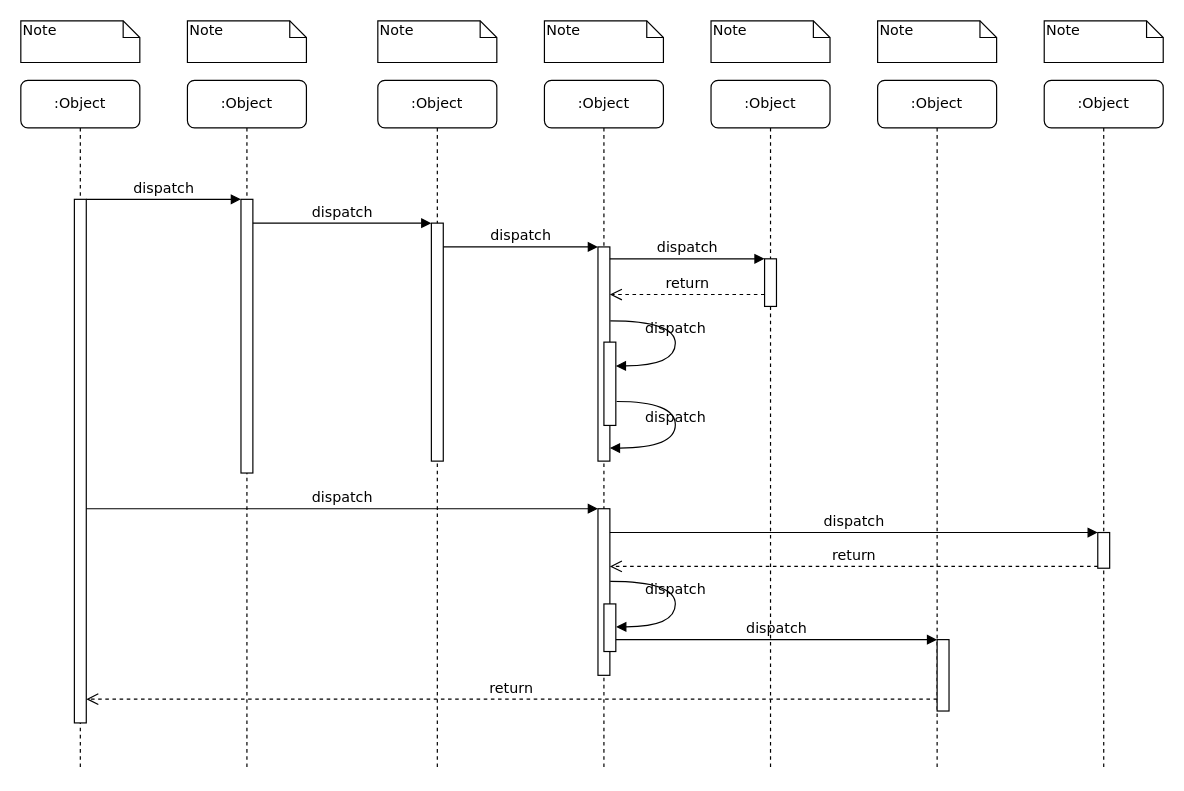
Above: images/seq1.drawio in bobt2018/drow (draw.io), before the change. Source tidied: cells renumbered, new cells numbered last; positions are measured from the earlier drawing's top-left corner, leaving out a move shared by most shapes. Both pictures are drawn from the tidied source at 119%, with x=0, y=0 at pixel (20, 20).
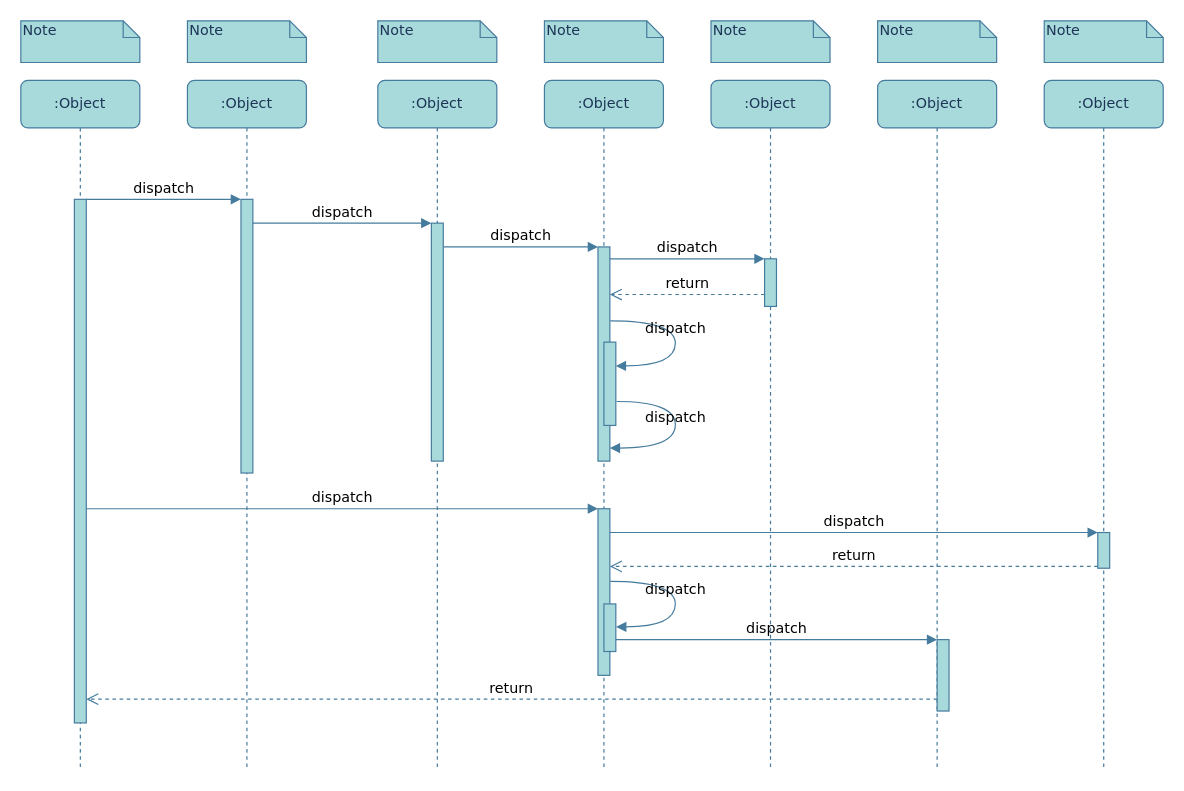
After the change.

Change to the diagram source:
```diff
@@
-    <mxCell id="2" value=":Object" style="shape=umlLifeline;perimeter=lifelinePerimeter;whiteSpace=wrap;html=1;rounded=1;shadow=0;comic=0;labelBackgroundColor=none;strokeWidth=1;fontFamily=Verdana;fontSize=12;align=center;" parent="1" vertex="1">
+    <mxCell id="2" value=":Object" style="shape=umlLifeline;perimeter=lifelinePerimeter;whiteSpace=wrap;html=1;rounded=1;shadow=0;comic=0;labelBackgroundColor=none;strokeWidth=1;fontFamily=Verdana;fontSize=12;align=center;fillColor=#A8DADC;strokeColor=#457B9D;fontColor=#1D3557;" parent="1" vertex="1">
       <mxGeometry x="140" y="50" width="100" height="580" as="geometry" />
     </mxCell>
-    <mxCell id="3" style="html=1;points=[];perimeter=orthogonalPerimeter;rounded=0;shadow=0;comic=0;labelBackgroundColor=none;strokeWidth=1;fontFamily=Verdana;fontSize=12;align=center;" parent="2" vertex="1">
+    <mxCell id="3" style="html=1;points=[];perimeter=orthogonalPerimeter;rounded=0;shadow=0;comic=0;labelBackgroundColor=none;strokeWidth=1;fontFamily=Verdana;fontSize=12;align=center;fillColor=#A8DADC;strokeColor=#457B9D;fontColor=#1D3557;" parent="2" vertex="1">
       <mxGeometry x="45" y="100" width="10" height="230" as="geometry" />
     </mxCell>
-    <mxCell id="4" value=":Object" style="shape=umlLifeline;perimeter=lifelinePerimeter;whiteSpace=wrap;html=1;rounded=1;shadow=0;comic=0;labelBackgroundColor=none;strokeWidth=1;fontFamily=Verdana;fontSize=12;align=center;" parent="1" vertex="1">
+    <mxCell id="4" value=":Object" style="shape=umlLifeline;perimeter=lifelinePerimeter;whiteSpace=wrap;html=1;rounded=1;shadow=0;comic=0;labelBackgroundColor=none;strokeWidth=1;fontFamily=Verdana;fontSize=12;align=center;fillColor=#A8DADC;strokeColor=#457B9D;fontColor=#1D3557;" parent="1" vertex="1">
       <mxGeometry x="300" y="50" width="100" height="580" as="geometry" />
     </mxCell>
-    <mxCell id="5" style="html=1;points=[];perimeter=orthogonalPerimeter;rounded=0;shadow=0;comic=0;labelBackgroundColor=none;strokeWidth=1;fontFamily=Verdana;fontSize=12;align=center;" parent="4" vertex="1">
+    <mxCell id="5" style="html=1;points=[];perimeter=orthogonalPerimeter;rounded=0;shadow=0;comic=0;labelBackgroundColor=none;strokeWidth=1;fontFamily=Verdana;fontSize=12;align=center;fillColor=#A8DADC;strokeColor=#457B9D;fontColor=#1D3557;" parent="4" vertex="1">
       <mxGeometry x="45" y="120" width="10" height="200" as="geometry" />
     </mxCell>
-    <mxCell id="6" value=":Object" style="shape=umlLifeline;perimeter=lifelinePerimeter;whiteSpace=wrap;html=1;rounded=1;shadow=0;comic=0;labelBackgroundColor=none;strokeWidth=1;fontFamily=Verdana;fontSize=12;align=center;" parent="1" vertex="1">
+    <mxCell id="6" value=":Object" style="shape=umlLifeline;perimeter=lifelinePerimeter;whiteSpace=wrap;html=1;rounded=1;shadow=0;comic=0;labelBackgroundColor=none;strokeWidth=1;fontFamily=Verdana;fontSize=12;align=center;fillColor=#A8DADC;strokeColor=#457B9D;fontColor=#1D3557;" parent="1" vertex="1">
       <mxGeometry x="440" y="50" width="100" height="580" as="geometry" />
     </mxCell>
-    <mxCell id="7" value=":Object" style="shape=umlLifeline;perimeter=lifelinePerimeter;whiteSpace=wrap;html=1;rounded=1;shadow=0;comic=0;labelBackgroundColor=none;strokeWidth=1;fontFamily=Verdana;fontSize=12;align=center;" parent="1" vertex="1">
+    <mxCell id="7" value=":Object" style="shape=umlLifeline;perimeter=lifelinePerimeter;whiteSpace=wrap;html=1;rounded=1;shadow=0;comic=0;labelBackgroundColor=none;strokeWidth=1;fontFamily=Verdana;fontSize=12;align=center;fillColor=#A8DADC;strokeColor=#457B9D;fontColor=#1D3557;" parent="1" vertex="1">
       <mxGeometry x="580" y="50" width="100" height="580" as="geometry" />
     </mxCell>
-    <mxCell id="8" value=":Object" style="shape=umlLifeline;perimeter=lifelinePerimeter;whiteSpace=wrap;html=1;rounded=1;shadow=0;comic=0;labelBackgroundColor=none;strokeWidth=1;fontFamily=Verdana;fontSize=12;align=center;" parent="1" vertex="1">
+    <mxCell id="8" value=":Object" style="shape=umlLifeline;perimeter=lifelinePerimeter;whiteSpace=wrap;html=1;rounded=1;shadow=0;comic=0;labelBackgroundColor=none;strokeWidth=1;fontFamily=Verdana;fontSize=12;align=center;fillColor=#A8DADC;strokeColor=#457B9D;fontColor=#1D3557;" parent="1" vertex="1">
       <mxGeometry x="720" y="50" width="100" height="580" as="geometry" />
     </mxCell>
-    <mxCell id="9" value=":Object" style="shape=umlLifeline;perimeter=lifelinePerimeter;whiteSpace=wrap;html=1;rounded=1;shadow=0;comic=0;labelBackgroundColor=none;strokeWidth=1;fontFamily=Verdana;fontSize=12;align=center;" parent="1" vertex="1">
+    <mxCell id="9" value=":Object" style="shape=umlLifeline;perimeter=lifelinePerimeter;whiteSpace=wrap;html=1;rounded=1;shadow=0;comic=0;labelBackgroundColor=none;strokeWidth=1;fontFamily=Verdana;fontSize=12;align=center;fillColor=#A8DADC;strokeColor=#457B9D;fontColor=#1D3557;" parent="1" vertex="1">
       <mxGeometry x="860" y="50" width="100" height="580" as="geometry" />
     </mxCell>
-    <mxCell id="10" value=":Object" style="shape=umlLifeline;perimeter=lifelinePerimeter;whiteSpace=wrap;html=1;rounded=1;shadow=0;comic=0;labelBackgroundColor=none;strokeWidth=1;fontFamily=Verdana;fontSize=12;align=center;" parent="1" vertex="1">
+    <mxCell id="10" value=":Object" style="shape=umlLifeline;perimeter=lifelinePerimeter;whiteSpace=wrap;html=1;rounded=1;shadow=0;comic=0;labelBackgroundColor=none;strokeWidth=1;fontFamily=Verdana;fontSize=12;align=center;fillColor=#A8DADC;strokeColor=#457B9D;fontColor=#1D3557;" parent="1" vertex="1">
       <mxGeometry y="50" width="100" height="580" as="geometry" />
     </mxCell>
-    <mxCell id="11" style="html=1;points=[];perimeter=orthogonalPerimeter;rounded=0;shadow=0;comic=0;labelBackgroundColor=none;strokeWidth=1;fontFamily=Verdana;fontSize=12;align=center;" parent="10" vertex="1">
+    <mxCell id="11" style="html=1;points=[];perimeter=orthogonalPerimeter;rounded=0;shadow=0;comic=0;labelBackgroundColor=none;strokeWidth=1;fontFamily=Verdana;fontSize=12;align=center;fillColor=#A8DADC;strokeColor=#457B9D;fontColor=#1D3557;" parent="10" vertex="1">
       <mxGeometry x="45" y="100" width="10" height="440" as="geometry" />
     </mxCell>
-    <mxCell id="12" style="html=1;points=[];perimeter=orthogonalPerimeter;rounded=0;shadow=0;comic=0;labelBackgroundColor=none;strokeWidth=1;fontFamily=Verdana;fontSize=12;align=center;" parent="1" vertex="1">
+    <mxCell id="12" style="html=1;points=[];perimeter=orthogonalPerimeter;rounded=0;shadow=0;comic=0;labelBackgroundColor=none;strokeWidth=1;fontFamily=Verdana;fontSize=12;align=center;fillColor=#A8DADC;strokeColor=#457B9D;fontColor=#1D3557;" parent="1" vertex="1">
       <mxGeometry x="485" y="190" width="10" height="180" as="geometry" />
     </mxCell>
-    <mxCell id="13" value="dispatch" style="html=1;verticalAlign=bottom;endArrow=block;labelBackgroundColor=none;fontFamily=Verdana;fontSize=12;edgeStyle=elbowEdgeStyle;elbow=vertical;" parent="1" edge="1" source="5" target="12">
+    <mxCell id="13" value="dispatch" style="html=1;verticalAlign=bottom;endArrow=block;labelBackgroundColor=none;fontFamily=Verdana;fontSize=12;edgeStyle=elbowEdgeStyle;elbow=vertical;strokeColor=#457B9D;fontColor=default;" parent="1" edge="1" source="5" target="12">
       <mxGeometry relative="1" as="geometry">
         <Array as="points">
           <mxPoint x="360" y="190" />
         </Array>
       </mxGeometry>
     </mxCell>
-    <mxCell id="14" style="html=1;points=[];perimeter=orthogonalPerimeter;rounded=0;shadow=0;comic=0;labelBackgroundColor=none;strokeWidth=1;fontFamily=Verdana;fontSize=12;align=center;" parent="1" vertex="1">
+    <mxCell id="14" style="html=1;points=[];perimeter=orthogonalPerimeter;rounded=0;shadow=0;comic=0;labelBackgroundColor=none;strokeWidth=1;fontFamily=Verdana;fontSize=12;align=center;fillColor=#A8DADC;strokeColor=#457B9D;fontColor=#1D3557;" parent="1" vertex="1">
       <mxGeometry x="625" y="200" width="10" height="40" as="geometry" />
     </mxCell>
-    <mxCell id="15" value="dispatch" style="html=1;verticalAlign=bottom;endArrow=block;entryX=0;entryY=0;labelBackgroundColor=none;fontFamily=Verdana;fontSize=12;edgeStyle=elbowEdgeStyle;elbow=vertical;" parent="1" edge="1" source="12" target="14">
+    <mxCell id="15" value="dispatch" style="html=1;verticalAlign=bottom;endArrow=block;entryX=0;entryY=0;labelBackgroundColor=none;fontFamily=Verdana;fontSize=12;edgeStyle=elbowEdgeStyle;elbow=vertical;strokeColor=#457B9D;fontColor=default;" parent="1" edge="1" source="12" target="14">
       <mxGeometry relative="1" as="geometry" />
     </mxCell>
-    <mxCell id="16" value="return" style="html=1;verticalAlign=bottom;endArrow=open;dashed=1;endSize=8;labelBackgroundColor=none;fontFamily=Verdana;fontSize=12;edgeStyle=elbowEdgeStyle;elbow=vertical;" parent="1" edge="1" source="14" target="12">
+    <mxCell id="16" value="return" style="html=1;verticalAlign=bottom;endArrow=open;dashed=1;endSize=8;labelBackgroundColor=none;fontFamily=Verdana;fontSize=12;edgeStyle=elbowEdgeStyle;elbow=vertical;strokeColor=#457B9D;fontColor=default;" parent="1" edge="1" source="14" target="12">
       <mxGeometry relative="1" as="geometry">
         <Array as="points">
           <mxPoint x="570" y="230" />
           <mxPoint x="600" y="230" />
         </Array>
       </mxGeometry>
     </mxCell>
-    <mxCell id="17" style="html=1;points=[];perimeter=orthogonalPerimeter;rounded=0;shadow=0;comic=0;labelBackgroundColor=none;strokeWidth=1;fontFamily=Verdana;fontSize=12;align=center;" parent="1" vertex="1">
+    <mxCell id="17" style="html=1;points=[];perimeter=orthogonalPerimeter;rounded=0;shadow=0;comic=0;labelBackgroundColor=none;strokeWidth=1;fontFamily=Verdana;fontSize=12;align=center;fillColor=#A8DADC;strokeColor=#457B9D;fontColor=#1D3557;" parent="1" vertex="1">
       <mxGeometry x="485" y="410" width="10" height="140" as="geometry" />
     </mxCell>
-    <mxCell id="18" value="dispatch" style="html=1;verticalAlign=bottom;endArrow=block;entryX=0;entryY=0;labelBackgroundColor=none;fontFamily=Verdana;fontSize=12;" parent="1" edge="1" source="11" target="17">
+    <mxCell id="18" value="dispatch" style="html=1;verticalAlign=bottom;endArrow=block;entryX=0;entryY=0;labelBackgroundColor=none;fontFamily=Verdana;fontSize=12;strokeColor=#457B9D;fontColor=default;" parent="1" edge="1" source="11" target="17">
       <mxGeometry relative="1" as="geometry" />
     </mxCell>
-    <mxCell id="19" style="html=1;points=[];perimeter=orthogonalPerimeter;rounded=0;shadow=0;comic=0;labelBackgroundColor=none;strokeColor=#000000;strokeWidth=1;fillColor=#FFFFFF;fontFamily=Verdana;fontSize=12;fontColor=#000000;align=center;" parent="1" vertex="1">
+    <mxCell id="19" style="html=1;points=[];perimeter=orthogonalPerimeter;rounded=0;shadow=0;comic=0;labelBackgroundColor=none;strokeColor=#457B9D;strokeWidth=1;fillColor=#A8DADC;fontFamily=Verdana;fontSize=12;fontColor=#1D3557;align=center;" parent="1" vertex="1">
       <mxGeometry x="905" y="430" width="10" height="30" as="geometry" />
     </mxCell>
-    <mxCell id="20" value="dispatch" style="html=1;verticalAlign=bottom;endArrow=block;entryX=0;entryY=0;labelBackgroundColor=none;fontFamily=Verdana;fontSize=12;" parent="1" edge="1" source="17" target="19">
+    <mxCell id="20" value="dispatch" style="html=1;verticalAlign=bottom;endArrow=block;entryX=0;entryY=0;labelBackgroundColor=none;fontFamily=Verdana;fontSize=12;strokeColor=#457B9D;fontColor=default;" parent="1" edge="1" source="17" target="19">
       <mxGeometry relative="1" as="geometry" />
     </mxCell>
-    <mxCell id="21" value="return" style="html=1;verticalAlign=bottom;endArrow=open;dashed=1;endSize=8;exitX=0;exitY=0.95;labelBackgroundColor=none;fontFamily=Verdana;fontSize=12;" parent="1" edge="1" source="19" target="17">
+    <mxCell id="21" value="return" style="html=1;verticalAlign=bottom;endArrow=open;dashed=1;endSize=8;exitX=0;exitY=0.95;labelBackgroundColor=none;fontFamily=Verdana;fontSize=12;strokeColor=#457B9D;fontColor=default;" parent="1" edge="1" source="19" target="17">
       <mxGeometry relative="1" as="geometry" />
     </mxCell>
-    <mxCell id="22" style="html=1;points=[];perimeter=orthogonalPerimeter;rounded=0;shadow=0;comic=0;labelBackgroundColor=none;strokeWidth=1;fontFamily=Verdana;fontSize=12;align=center;" parent="1" vertex="1">
+    <mxCell id="22" style="html=1;points=[];perimeter=orthogonalPerimeter;rounded=0;shadow=0;comic=0;labelBackgroundColor=none;strokeWidth=1;fontFamily=Verdana;fontSize=12;align=center;fillColor=#A8DADC;strokeColor=#457B9D;fontColor=#1D3557;" parent="1" vertex="1">
       <mxGeometry x="770" y="520" width="10" height="60" as="geometry" />
     </mxCell>
-    <mxCell id="23" value="dispatch" style="html=1;verticalAlign=bottom;endArrow=block;entryX=0;entryY=0;labelBackgroundColor=none;fontFamily=Verdana;fontSize=12;edgeStyle=elbowEdgeStyle;elbow=vertical;" parent="1" edge="1" source="30" target="22">
+    <mxCell id="23" value="dispatch" style="html=1;verticalAlign=bottom;endArrow=block;entryX=0;entryY=0;labelBackgroundColor=none;fontFamily=Verdana;fontSize=12;edgeStyle=elbowEdgeStyle;elbow=vertical;strokeColor=#457B9D;fontColor=default;" parent="1" edge="1" source="30" target="22">
       <mxGeometry relative="1" as="geometry" />
     </mxCell>
-    <mxCell id="24" value="return" style="html=1;verticalAlign=bottom;endArrow=open;dashed=1;endSize=8;labelBackgroundColor=none;fontFamily=Verdana;fontSize=12;edgeStyle=elbowEdgeStyle;elbow=vertical;" parent="1" edge="1" source="22" target="11">
+    <mxCell id="24" value="return" style="html=1;verticalAlign=bottom;endArrow=open;dashed=1;endSize=8;labelBackgroundColor=none;fontFamily=Verdana;fontSize=12;edgeStyle=elbowEdgeStyle;elbow=vertical;strokeColor=#457B9D;fontColor=default;" parent="1" edge="1" source="22" target="11">
       <mxGeometry relative="1" as="geometry">
         <Array as="points">
           <mxPoint x="470" y="570" />
         </Array>
       </mxGeometry>
     </mxCell>
-    <mxCell id="25" value="dispatch" style="html=1;verticalAlign=bottom;endArrow=block;entryX=0;entryY=0;labelBackgroundColor=none;fontFamily=Verdana;fontSize=12;edgeStyle=elbowEdgeStyle;elbow=vertical;" parent="1" edge="1" source="11" target="3">
+    <mxCell id="25" value="dispatch" style="html=1;verticalAlign=bottom;endArrow=block;entryX=0;entryY=0;labelBackgroundColor=none;fontFamily=Verdana;fontSize=12;edgeStyle=elbowEdgeStyle;elbow=vertical;strokeColor=#457B9D;fontColor=default;" parent="1" edge="1" source="11" target="3">
       <mxGeometry relative="1" as="geometry" />
     </mxCell>
-    <mxCell id="26" value="dispatch" style="html=1;verticalAlign=bottom;endArrow=block;entryX=0;entryY=0;labelBackgroundColor=none;fontFamily=Verdana;fontSize=12;edgeStyle=elbowEdgeStyle;elbow=vertical;" parent="1" edge="1" source="3" target="5">
+    <mxCell id="26" value="dispatch" style="html=1;verticalAlign=bottom;endArrow=block;entryX=0;entryY=0;labelBackgroundColor=none;fontFamily=Verdana;fontSize=12;edgeStyle=elbowEdgeStyle;elbow=vertical;strokeColor=#457B9D;fontColor=default;" parent="1" edge="1" source="3" target="5">
       <mxGeometry relative="1" as="geometry" />
     </mxCell>
-    <mxCell id="27" style="html=1;points=[];perimeter=orthogonalPerimeter;rounded=0;shadow=0;comic=0;labelBackgroundColor=none;strokeWidth=1;fontFamily=Verdana;fontSize=12;align=center;" parent="1" vertex="1">
+    <mxCell id="27" style="html=1;points=[];perimeter=orthogonalPerimeter;rounded=0;shadow=0;comic=0;labelBackgroundColor=none;strokeWidth=1;fontFamily=Verdana;fontSize=12;align=center;fillColor=#A8DADC;strokeColor=#457B9D;fontColor=#1D3557;" parent="1" vertex="1">
       <mxGeometry x="490" y="270" width="10" height="70" as="geometry" />
     </mxCell>
-    <mxCell id="28" value="dispatch" style="html=1;verticalAlign=bottom;endArrow=block;labelBackgroundColor=none;fontFamily=Verdana;fontSize=12;elbow=vertical;edgeStyle=orthogonalEdgeStyle;curved=1;entryX=1;entryY=0.286;entryPerimeter=0;exitX=1.038;exitY=0.345;exitPerimeter=0;" parent="1" edge="1" source="12" target="27">
+    <mxCell id="28" value="dispatch" style="html=1;verticalAlign=bottom;endArrow=block;labelBackgroundColor=none;fontFamily=Verdana;fontSize=12;elbow=vertical;edgeStyle=orthogonalEdgeStyle;curved=1;entryX=1;entryY=0.286;entryPerimeter=0;exitX=1.038;exitY=0.345;exitPerimeter=0;strokeColor=#457B9D;fontColor=default;" parent="1" edge="1" source="12" target="27">
       <mxGeometry relative="1" as="geometry">
         <Array as="points">
           <mxPoint x="550" y="252" />
           <mxPoint x="550" y="290" />
         </Array>
       </mxGeometry>
     </mxCell>
-    <mxCell id="29" value="dispatch" style="html=1;verticalAlign=bottom;endArrow=block;labelBackgroundColor=none;fontFamily=Verdana;fontSize=12;elbow=vertical;edgeStyle=orthogonalEdgeStyle;curved=1;exitX=1.066;exitY=0.713;exitPerimeter=0;" parent="1" edge="1" source="27">
+    <mxCell id="29" value="dispatch" style="html=1;verticalAlign=bottom;endArrow=block;labelBackgroundColor=none;fontFamily=Verdana;fontSize=12;elbow=vertical;edgeStyle=orthogonalEdgeStyle;curved=1;exitX=1.066;exitY=0.713;exitPerimeter=0;strokeColor=#457B9D;fontColor=default;" parent="1" edge="1" source="27">
       <mxGeometry relative="1" as="geometry">
         <mxPoint x="495" y="359" as="targetPoint" />
         <Array as="points">
           <mxPoint x="550" y="320" />
           <mxPoint x="550" y="359" />
         </Array>
       </mxGeometry>
     </mxCell>
-    <mxCell id="30" style="html=1;points=[];perimeter=orthogonalPerimeter;rounded=0;shadow=0;comic=0;labelBackgroundColor=none;strokeWidth=1;fontFamily=Verdana;fontSize=12;align=center;" parent="1" vertex="1">
+    <mxCell id="30" style="html=1;points=[];perimeter=orthogonalPerimeter;rounded=0;shadow=0;comic=0;labelBackgroundColor=none;strokeWidth=1;fontFamily=Verdana;fontSize=12;align=center;fillColor=#A8DADC;strokeColor=#457B9D;fontColor=#1D3557;" parent="1" vertex="1">
       <mxGeometry x="490" y="490" width="10" height="40" as="geometry" />
     </mxCell>
-    <mxCell id="31" value="dispatch" style="html=1;verticalAlign=bottom;endArrow=block;labelBackgroundColor=none;fontFamily=Verdana;fontSize=12;elbow=vertical;edgeStyle=orthogonalEdgeStyle;curved=1;entryX=1;entryY=0.286;entryPerimeter=0;exitX=1.038;exitY=0.345;exitPerimeter=0;" parent="1" edge="1">
+    <mxCell id="31" value="dispatch" style="html=1;verticalAlign=bottom;endArrow=block;labelBackgroundColor=none;fontFamily=Verdana;fontSize=12;elbow=vertical;edgeStyle=orthogonalEdgeStyle;curved=1;entryX=1;entryY=0.286;entryPerimeter=0;exitX=1.038;exitY=0.345;exitPerimeter=0;strokeColor=#457B9D;fontColor=default;" parent="1" edge="1">
       <mxGeometry relative="1" as="geometry">
         <mxPoint x="495.3" y="471" as="sourcePoint" />
         <mxPoint x="500.3" y="509.3" as="targetPoint" />
         <Array as="points">
           <mxPoint x="550" y="471" />
           <mxPoint x="550" y="509" />
         </Array>
       </mxGeometry>
     </mxCell>
-    <mxCell id="32" value="Note" style="shape=note;whiteSpace=wrap;html=1;size=14;verticalAlign=top;align=left;spacingTop=-6;rounded=0;shadow=0;comic=0;labelBackgroundColor=none;strokeWidth=1;fontFamily=Verdana;fontSize=12;" parent="1" vertex="1">
+    <mxCell id="32" value="Note" style="shape=note;whiteSpace=wrap;html=1;size=14;verticalAlign=top;align=left;spacingTop=-6;rounded=0;shadow=0;comic=0;labelBackgroundColor=none;strokeWidth=1;fontFamily=Verdana;fontSize=12;fillColor=#A8DADC;strokeColor=#457B9D;fontColor=#1D3557;" parent="1" vertex="1">
       <mxGeometry width="100" height="35" as="geometry" />
     </mxCell>
-    <mxCell id="33" value="Note" style="shape=note;whiteSpace=wrap;html=1;size=14;verticalAlign=top;align=left;spacingTop=-6;rounded=0;shadow=0;comic=0;labelBackgroundColor=none;strokeWidth=1;fontFamily=Verdana;fontSize=12;" parent="1" vertex="1">
+    <mxCell id="33" value="Note" style="shape=note;whiteSpace=wrap;html=1;size=14;verticalAlign=top;align=left;spacingTop=-6;rounded=0;shadow=0;comic=0;labelBackgroundColor=none;strokeWidth=1;fontFamily=Verdana;fontSize=12;fillColor=#A8DADC;strokeColor=#457B9D;fontColor=#1D3557;" parent="1" vertex="1">
       <mxGeometry x="140" width="100" height="35" as="geometry" />
     </mxCell>
-    <mxCell id="34" value="Note" style="shape=note;whiteSpace=wrap;html=1;size=14;verticalAlign=top;align=left;spacingTop=-6;rounded=0;shadow=0;comic=0;labelBackgroundColor=none;strokeWidth=1;fontFamily=Verdana;fontSize=12;" parent="1" vertex="1">
+    <mxCell id="34" value="Note" style="shape=note;whiteSpace=wrap;html=1;size=14;verticalAlign=top;align=left;spacingTop=-6;rounded=0;shadow=0;comic=0;labelBackgroundColor=none;strokeWidth=1;fontFamily=Verdana;fontSize=12;fillColor=#A8DADC;strokeColor=#457B9D;fontColor=#1D3557;" parent="1" vertex="1">
       <mxGeometry x="300" width="100" height="35" as="geometry" />
     </mxCell>
-    <mxCell id="35" value="Note" style="shape=note;whiteSpace=wrap;html=1;size=14;verticalAlign=top;align=left;spacingTop=-6;rounded=0;shadow=0;comic=0;labelBackgroundColor=none;strokeWidth=1;fontFamily=Verdana;fontSize=12;" parent="1" vertex="1">
+    <mxCell id="35" value="Note" style="shape=note;whiteSpace=wrap;html=1;size=14;verticalAlign=top;align=left;spacingTop=-6;rounded=0;shadow=0;comic=0;labelBackgroundColor=none;strokeWidth=1;fontFamily=Verdana;fontSize=12;fillColor=#A8DADC;strokeColor=#457B9D;fontColor=#1D3557;" parent="1" vertex="1">
       <mxGeometry x="440" width="100" height="35" as="geometry" />
     </mxCell>
-    <mxCell id="36" value="Note" style="shape=note;whiteSpace=wrap;html=1;size=14;verticalAlign=top;align=left;spacingTop=-6;rounded=0;shadow=0;comic=0;labelBackgroundColor=none;strokeWidth=1;fontFamily=Verdana;fontSize=12;" parent="1" vertex="1">
+    <mxCell id="36" value="Note" style="shape=note;whiteSpace=wrap;html=1;size=14;verticalAlign=top;align=left;spacingTop=-6;rounded=0;shadow=0;comic=0;labelBackgroundColor=none;strokeWidth=1;fontFamily=Verdana;fontSize=12;fillColor=#A8DADC;strokeColor=#457B9D;fontColor=#1D3557;" parent="1" vertex="1">
       <mxGeometry x="580" width="100" height="35" as="geometry" />
     </mxCell>
-    <mxCell id="37" value="Note" style="shape=note;whiteSpace=wrap;html=1;size=14;verticalAlign=top;align=left;spacingTop=-6;rounded=0;shadow=0;comic=0;labelBackgroundColor=none;strokeWidth=1;fontFamily=Verdana;fontSize=12;" parent="1" vertex="1">
+    <mxCell id="37" value="Note" style="shape=note;whiteSpace=wrap;html=1;size=14;verticalAlign=top;align=left;spacingTop=-6;rounded=0;shadow=0;comic=0;labelBackgroundColor=none;strokeWidth=1;fontFamily=Verdana;fontSize=12;fillColor=#A8DADC;strokeColor=#457B9D;fontColor=#1D3557;" parent="1" vertex="1">
       <mxGeometry x="720" width="100" height="35" as="geometry" />
     </mxCell>
-    <mxCell id="38" value="Note" style="shape=note;whiteSpace=wrap;html=1;size=14;verticalAlign=top;align=left;spacingTop=-6;rounded=0;shadow=0;comic=0;labelBackgroundColor=none;strokeWidth=1;fontFamily=Verdana;fontSize=12;" parent="1" vertex="1">
+    <mxCell id="38" value="Note" style="shape=note;whiteSpace=wrap;html=1;size=14;verticalAlign=top;align=left;spacingTop=-6;rounded=0;shadow=0;comic=0;labelBackgroundColor=none;strokeWidth=1;fontFamily=Verdana;fontSize=12;fillColor=#A8DADC;strokeColor=#457B9D;fontColor=#1D3557;" parent="1" vertex="1">
       <mxGeometry x="860" width="100" height="35" as="geometry" />
     </mxCell>
```
